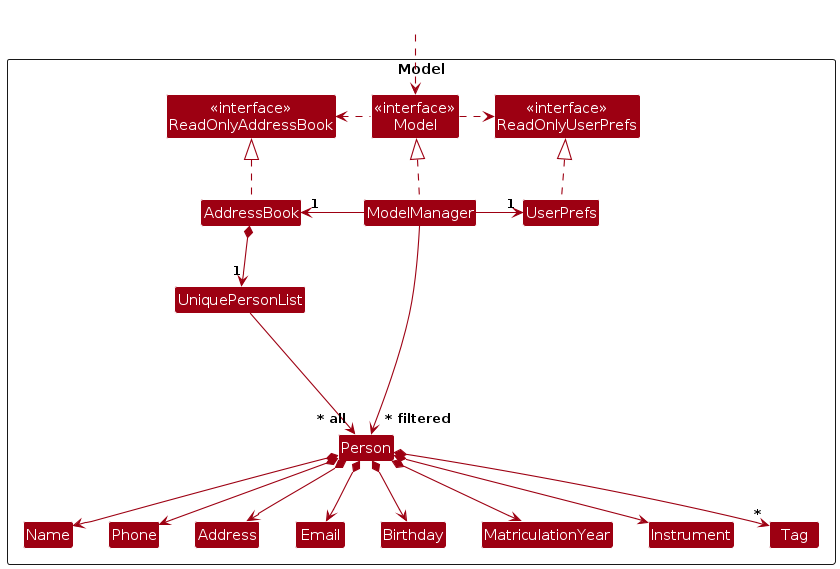
Earlier version of the PlantUML export diagrams/ModelClassDiagram.png (AY2324S2-CS2103T-T15-3/tp). Its source is kept beside it as diagrams/ModelClassDiagram.puml. Source of this version:
```plantuml
@startuml
!include style.puml
skinparam arrowThickness 1.1
skinparam arrowColor MODEL_COLOR
skinparam classBackgroundColor MODEL_COLOR

Package Model as ModelPackage <<Rectangle>>{
Class "<<interface>>\nReadOnlyAddressBook" as ReadOnlyAddressBook
Class "<<interface>>\nReadOnlyUserPrefs" as ReadOnlyUserPrefs
Class "<<interface>>\nModel" as Model
Class AddressBook
Class ModelManager
Class UserPrefs

Class UniquePersonList
Class Person
Class Address
Class Email
Class Name
Class Phone
Class Birthday
Class MatriculationYear
Class Instrument
Class Tag

Class I #FFFFFF
}

Class HiddenOutside #FFFFFF
HiddenOutside ..> Model

AddressBook .up.|> ReadOnlyAddressBook

ModelManager .up.|> Model
Model .right.> ReadOnlyUserPrefs
Model .left.> ReadOnlyAddressBook
ModelManager -left-> "1" AddressBook
ModelManager -right-> "1" UserPrefs
UserPrefs .up.|> ReadOnlyUserPrefs

AddressBook *--> "1" UniquePersonList
UniquePersonList --> "~* all" Person
Person *--> Name
Person *--> Phone
Person *--> Email
Person *--> Address
Person *--> Birthday
Person *--> MatriculationYear
Person *--> Instrument
Person *--> "*" Tag

Person -[hidden]up--> I
UniquePersonList -[hidden]right-> I

Name -[hidden]right-> Phone
Phone -[hidden]right-> Address
Address -[hidden]right-> Email

ModelManager --> "~* filtered" Person
@enduml
```
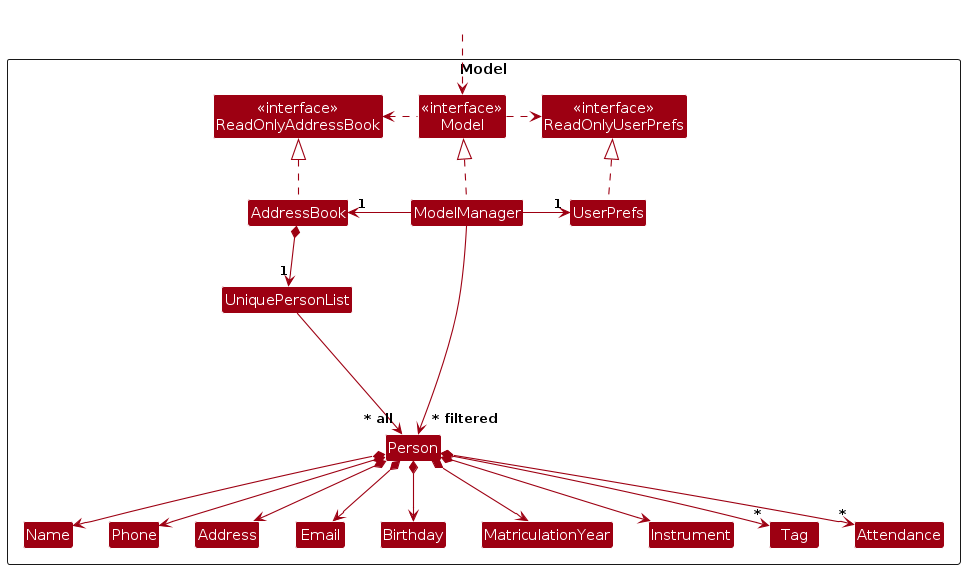
Above is the later version.

Diff of the diagram source:
```diff
@@ -22,6 +22,7 @@
 Class MatriculationYear
 Class Instrument
 Class Tag
+Class Attendance
 
 Class I #FFFFFF
 }
@@ -48,6 +49,7 @@
 Person *--> MatriculationYear
 Person *--> Instrument
 Person *--> "*" Tag
+Person *--> "*" Attendance
 
 Person -[hidden]up--> I
 UniquePersonList -[hidden]right-> I
```
